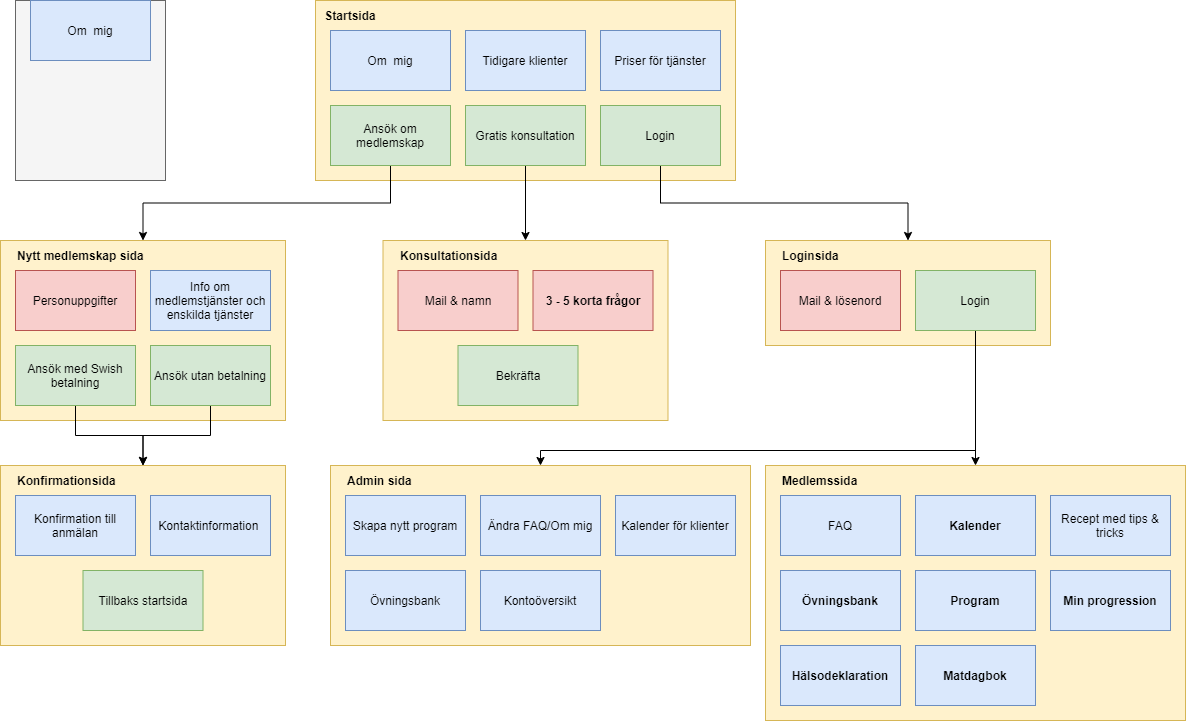
Earlier version of the draw.io export Systemanatomi.png (jesperjen98/PT---Webbapplikation). Source tidied: cells renumbered, new cells last; positions are measured from the earlier drawing's top-left corner, leaving out a move shared by most shapes.
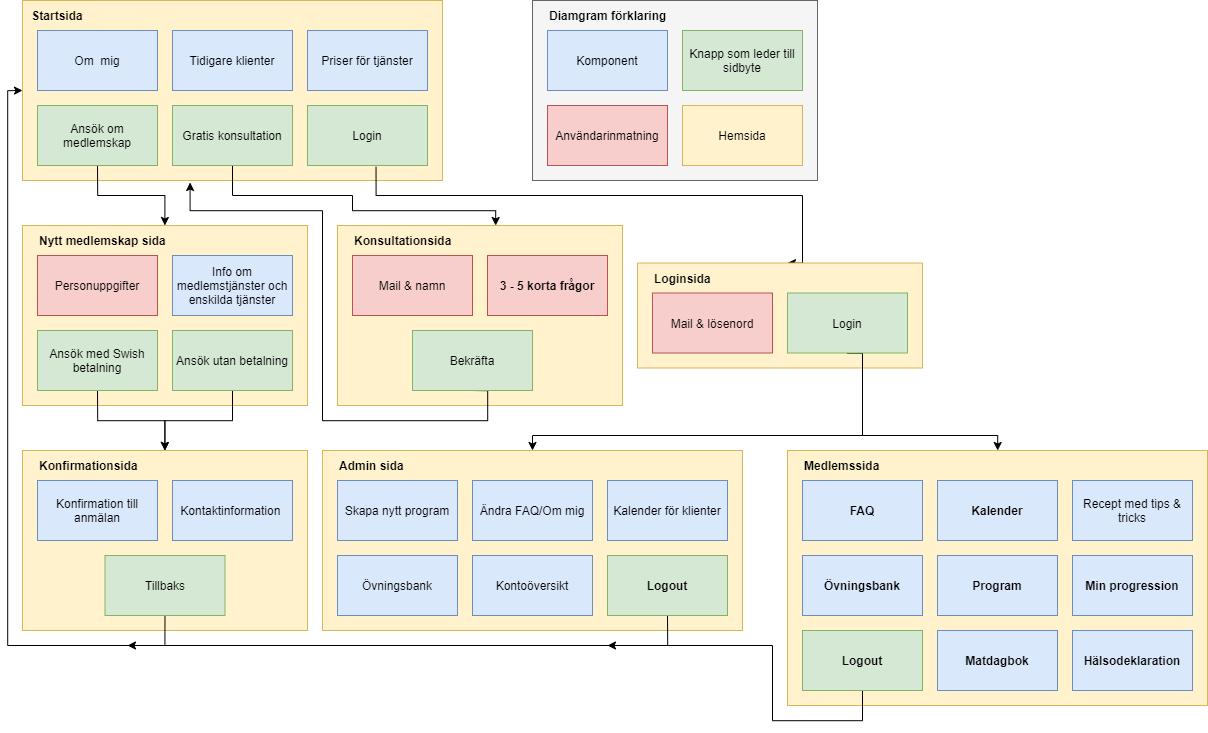
Later version of the same file.

What changed in the source:
```diff
@@ -6,34 +6,46 @@
       <mxGeometry y="240" width="285" height="180" as="geometry" />
     </mxCell>
     <mxCell id="3" style="rounded=0;whiteSpace=wrap;html=1;fillColor=#fff2cc;strokeColor=#d6b656;" parent="1" vertex="1">
-      <mxGeometry x="315" width="420" height="180" as="geometry" />
+      <mxGeometry y="15" width="420" height="180" as="geometry" />
     </mxCell>
     <mxCell id="4" value="Om&amp;nbsp; mig" style="rounded=0;whiteSpace=wrap;html=1;fillColor=#dae8fc;strokeColor=#6c8ebf;" parent="1" vertex="1">
-      <mxGeometry x="330" y="30" width="120" height="60" as="geometry" />
+      <mxGeometry x="15" y="45" width="120" height="60" as="geometry" />
     </mxCell>
     <mxCell id="5" value="Priser för tjänster" style="rounded=0;whiteSpace=wrap;html=1;fillColor=#dae8fc;strokeColor=#6c8ebf;" parent="1" vertex="1">
-      <mxGeometry x="600" y="30" width="120" height="60" as="geometry" />
+      <mxGeometry x="285" y="45" width="120" height="60" as="geometry" />
     </mxCell>
     <mxCell id="6" value="Tidigare klienter" style="rounded=0;whiteSpace=wrap;html=1;fillColor=#dae8fc;strokeColor=#6c8ebf;" parent="1" vertex="1">
-      <mxGeometry x="465" y="30" width="120" height="60" as="geometry" />
+      <mxGeometry x="150" y="45" width="120" height="60" as="geometry" />
     </mxCell>
     <mxCell id="7" style="edgeStyle=orthogonalEdgeStyle;rounded=0;jettySize=auto;html=1;exitX=0.5;exitY=1;exitDx=0;exitDy=0;" parent="1" edge="1" source="8" target="2">
       <mxGeometry relative="1" as="geometry" />
     </mxCell>
     <mxCell id="8" value="Ansök om medlemskap" style="rounded=0;whiteSpace=wrap;html=1;fillColor=#d5e8d4;strokeColor=#82b366;" parent="1" vertex="1">
-      <mxGeometry x="330" y="105" width="120" height="60" as="geometry" />
+      <mxGeometry x="15" y="120" width="120" height="60" as="geometry" />
     </mxCell>
     <mxCell id="9" style="edgeStyle=orthogonalEdgeStyle;rounded=0;jettySize=auto;html=1;exitX=0.5;exitY=1;exitDx=0;exitDy=0;" parent="1" edge="1" source="10" target="26">
-      <mxGeometry relative="1" as="geometry" />
+      <mxGeometry relative="1" as="geometry">
+        <Array as="points">
+          <mxPoint x="210" y="210" />
+          <mxPoint x="330" y="210" />
+          <mxPoint x="330" y="225" />
+          <mxPoint x="473" y="225" />
+        </Array>
+      </mxGeometry>
     </mxCell>
     <mxCell id="10" value="Gratis konsultation" style="rounded=0;whiteSpace=wrap;html=1;fillColor=#d5e8d4;strokeColor=#82b366;" parent="1" vertex="1">
-      <mxGeometry x="465" y="105" width="120" height="60" as="geometry" />
+      <mxGeometry x="150" y="120" width="120" height="60" as="geometry" />
     </mxCell>
-    <mxCell id="11" style="edgeStyle=orthogonalEdgeStyle;rounded=0;jettySize=auto;html=1;exitX=0.5;exitY=1;exitDx=0;exitDy=0;" parent="1" edge="1" source="12" target="31">
-      <mxGeometry relative="1" as="geometry" />
-    </mxCell>
+    <mxCell id="56" style="edgeStyle=orthogonalEdgeStyle;rounded=0;jettySize=auto;html=1;exitX=0.571;exitY=1.022;exitDx=0;exitDy=0;entryX=0.75;entryY=0;entryDx=0;entryDy=0;exitPerimeter=0;" parent="1" edge="1" source="12" target="36">
+      <mxGeometry relative="1" as="geometry">
+        <Array as="points">
+          <mxPoint x="354" y="210" />
+          <mxPoint x="780" y="210" />
+        </Array>
+      </mxGeometry>
+    </mxCell>
     <mxCell id="12" value="Login" style="rounded=0;whiteSpace=wrap;html=1;fillColor=#d5e8d4;strokeColor=#82b366;" parent="1" vertex="1">
-      <mxGeometry x="600" y="105" width="120" height="60" as="geometry" />
+      <mxGeometry x="285" y="120" width="120" height="60" as="geometry" />
     </mxCell>
     <mxCell id="13" value="Personuppgifter" style="rounded=0;whiteSpace=wrap;html=1;fillColor=#f8cecc;strokeColor=#b85450;" parent="1" vertex="1">
       <mxGeometry x="15" y="270" width="120" height="60" as="geometry" />
@@ -54,7 +66,7 @@
       <mxGeometry x="150" y="270" width="120" height="60" as="geometry" />
     </mxCell>
     <mxCell id="19" value="&lt;b&gt;Startsida&lt;/b&gt;" style="text;html=1;strokeColor=none;fillColor=none;align=center;verticalAlign=middle;whiteSpace=wrap;rounded=0;" parent="1" vertex="1">
-      <mxGeometry x="330" width="40" height="30" as="geometry" />
+      <mxGeometry x="15" y="15" width="40" height="30" as="geometry" />
     </mxCell>
     <mxCell id="20" value="&lt;b&gt;Nytt medlemskap sida&lt;/b&gt;" style="text;html=1;strokeColor=none;fillColor=none;align=left;verticalAlign=middle;whiteSpace=wrap;rounded=0;" parent="1" vertex="1">
       <mxGeometry x="15" y="240" width="180" height="30" as="geometry" />
@@ -62,7 +74,16 @@
     <mxCell id="21" style="rounded=0;whiteSpace=wrap;html=1;fillColor=#fff2cc;strokeColor=#d6b656;" parent="1" vertex="1">
       <mxGeometry y="465" width="285" height="180" as="geometry" />
     </mxCell>
+    <mxCell id="57" style="edgeStyle=orthogonalEdgeStyle;rounded=0;jettySize=auto;html=1;exitX=0.5;exitY=1;exitDx=0;exitDy=0;entryX=0;entryY=0.5;entryDx=0;entryDy=0;" parent="1" edge="1" source="22" target="3">
+      <mxGeometry relative="1" as="geometry">
+        <Array as="points">
+          <mxPoint x="143" y="660" />
+          <mxPoint x="-15" y="660" />
+          <mxPoint x="-15" y="105" />
+        </Array>
+      </mxGeometry>
+    </mxCell>
-    <mxCell id="22" value="Tillbaks startsida" style="rounded=0;whiteSpace=wrap;html=1;fillColor=#d5e8d4;strokeColor=#82b366;" parent="1" vertex="1">
+    <mxCell id="22" value="Tillbaks" style="rounded=0;whiteSpace=wrap;html=1;fillColor=#d5e8d4;strokeColor=#82b366;" parent="1" vertex="1">
       <mxGeometry x="82.5" y="570" width="120" height="60" as="geometry" />
     </mxCell>
     <mxCell id="23" value="Kontaktinformation&amp;nbsp;" style="rounded=0;whiteSpace=wrap;html=1;fillColor=#dae8fc;strokeColor=#6c8ebf;" parent="1" vertex="1">
@@ -75,99 +96,150 @@
       <mxGeometry x="15" y="495" width="120" height="60" as="geometry" />
     </mxCell>
     <mxCell id="26" style="rounded=0;whiteSpace=wrap;html=1;fillColor=#fff2cc;strokeColor=#d6b656;" parent="1" vertex="1">
-      <mxGeometry x="382.5" y="240" width="285" height="180" as="geometry" />
+      <mxGeometry x="315" y="240" width="285" height="180" as="geometry" />
     </mxCell>
     <mxCell id="27" value="Mail &amp;amp; namn" style="rounded=0;whiteSpace=wrap;html=1;fillColor=#f8cecc;strokeColor=#b85450;" parent="1" vertex="1">
-      <mxGeometry x="397.5" y="270" width="120" height="60" as="geometry" />
+      <mxGeometry x="330" y="270" width="120" height="60" as="geometry" />
     </mxCell>
+    <mxCell id="58" style="edgeStyle=orthogonalEdgeStyle;rounded=0;jettySize=auto;html=1;exitX=0.5;exitY=1;exitDx=0;exitDy=0;entryX=0.399;entryY=1.011;entryDx=0;entryDy=0;entryPerimeter=0;" parent="1" edge="1" source="28" target="3">
+      <mxGeometry relative="1" as="geometry">
+        <Array as="points">
+          <mxPoint x="465" y="435" />
+          <mxPoint x="300" y="435" />
+          <mxPoint x="300" y="225" />
+          <mxPoint x="168" y="225" />
+        </Array>
+      </mxGeometry>
+    </mxCell>
     <mxCell id="28" value="Bekräfta" style="rounded=0;whiteSpace=wrap;html=1;fillColor=#d5e8d4;strokeColor=#82b366;" parent="1" vertex="1">
-      <mxGeometry x="457.5" y="345" width="120" height="60" as="geometry" />
+      <mxGeometry x="390" y="345" width="120" height="60" as="geometry" />
     </mxCell>
     <mxCell id="29" value="&lt;b&gt;Konsultationsida&lt;/b&gt;" style="text;html=1;strokeColor=none;fillColor=none;align=left;verticalAlign=middle;whiteSpace=wrap;rounded=0;" parent="1" vertex="1">
-      <mxGeometry x="397.5" y="240" width="180" height="30" as="geometry" />
+      <mxGeometry x="330" y="240" width="180" height="30" as="geometry" />
     </mxCell>
     <mxCell id="30" value="&lt;b&gt;3 - 5 korta frågor&lt;/b&gt;" style="rounded=0;whiteSpace=wrap;html=1;fillColor=#f8cecc;strokeColor=#b85450;" parent="1" vertex="1">
-      <mxGeometry x="532.5" y="270" width="120" height="60" as="geometry" />
+      <mxGeometry x="465" y="270" width="120" height="60" as="geometry" />
     </mxCell>
     <mxCell id="31" style="rounded=0;whiteSpace=wrap;html=1;fillColor=#fff2cc;strokeColor=#d6b656;" parent="1" vertex="1">
-      <mxGeometry x="765" y="240" width="285" height="105" as="geometry" />
+      <mxGeometry x="615" y="277.5" width="285" height="105" as="geometry" />
     </mxCell>
     <mxCell id="32" value="Mail &amp;amp; lösenord" style="rounded=0;whiteSpace=wrap;html=1;fillColor=#f8cecc;strokeColor=#b85450;" parent="1" vertex="1">
-      <mxGeometry x="780" y="270" width="120" height="60" as="geometry" />
+      <mxGeometry x="630" y="307.5" width="120" height="60" as="geometry" />
     </mxCell>
     <mxCell id="33" style="edgeStyle=orthogonalEdgeStyle;rounded=0;jettySize=auto;html=1;exitX=0.5;exitY=1;exitDx=0;exitDy=0;" parent="1" edge="1" source="35" target="37">
       <mxGeometry relative="1" as="geometry">
         <Array as="points">
-          <mxPoint x="975" y="450" />
-          <mxPoint x="540" y="450" />
+          <mxPoint x="840" y="450" />
+          <mxPoint x="510" y="450" />
         </Array>
       </mxGeometry>
     </mxCell>
     <mxCell id="34" style="edgeStyle=orthogonalEdgeStyle;rounded=0;jettySize=auto;html=1;exitX=0.5;exitY=1;exitDx=0;exitDy=0;" parent="1" edge="1" source="35" target="44">
-      <mxGeometry relative="1" as="geometry" />
+      <mxGeometry relative="1" as="geometry">
+        <Array as="points">
+          <mxPoint x="840" y="450" />
+          <mxPoint x="975" y="450" />
+        </Array>
+      </mxGeometry>
     </mxCell>
     <mxCell id="35" value="Login" style="rounded=0;whiteSpace=wrap;html=1;fillColor=#d5e8d4;strokeColor=#82b366;" parent="1" vertex="1">
-      <mxGeometry x="915" y="270" width="120" height="60" as="geometry" />
+      <mxGeometry x="765" y="307.5" width="120" height="60" as="geometry" />
     </mxCell>
     <mxCell id="36" value="&lt;b&gt;Loginsida&lt;br&gt;&lt;/b&gt;" style="text;html=1;strokeColor=none;fillColor=none;align=left;verticalAlign=middle;whiteSpace=wrap;rounded=0;" parent="1" vertex="1">
-      <mxGeometry x="780" y="240" width="180" height="30" as="geometry" />
+      <mxGeometry x="630" y="277.5" width="180" height="30" as="geometry" />
     </mxCell>
     <mxCell id="37" style="rounded=0;whiteSpace=wrap;html=1;fillColor=#fff2cc;strokeColor=#d6b656;" parent="1" vertex="1">
-      <mxGeometry x="330" y="465" width="420" height="180" as="geometry" />
+      <mxGeometry x="300" y="465" width="420" height="180" as="geometry" />
     </mxCell>
     <mxCell id="38" value="Kontoöversikt" style="rounded=0;whiteSpace=wrap;html=1;fillColor=#dae8fc;strokeColor=#6c8ebf;" parent="1" vertex="1">
-      <mxGeometry x="480" y="570" width="120" height="60" as="geometry" />
+      <mxGeometry x="450" y="570" width="120" height="60" as="geometry" />
     </mxCell>
     <mxCell id="39" value="&lt;b&gt;Admin sida&lt;br&gt;&lt;/b&gt;" style="text;html=1;strokeColor=none;fillColor=none;align=left;verticalAlign=middle;whiteSpace=wrap;rounded=0;" parent="1" vertex="1">
-      <mxGeometry x="345" y="465" width="180" height="30" as="geometry" />
+      <mxGeometry x="315" y="465" width="180" height="30" as="geometry" />
     </mxCell>
     <mxCell id="40" value="Ändra FAQ/Om mig" style="rounded=0;whiteSpace=wrap;html=1;fillColor=#dae8fc;strokeColor=#6c8ebf;" parent="1" vertex="1">
-      <mxGeometry x="480" y="495" width="120" height="60" as="geometry" />
+      <mxGeometry x="450" y="495" width="120" height="60" as="geometry" />
     </mxCell>
     <mxCell id="41" value="Skapa nytt program" style="rounded=0;whiteSpace=wrap;html=1;fillColor=#dae8fc;strokeColor=#6c8ebf;" parent="1" vertex="1">
-      <mxGeometry x="345" y="495" width="120" height="60" as="geometry" />
+      <mxGeometry x="315" y="495" width="120" height="60" as="geometry" />
     </mxCell>
     <mxCell id="42" value="Övningsbank" style="rounded=0;whiteSpace=wrap;html=1;fillColor=#dae8fc;strokeColor=#6c8ebf;" parent="1" vertex="1">
-      <mxGeometry x="345" y="570" width="120" height="60" as="geometry" />
+      <mxGeometry x="315" y="570" width="120" height="60" as="geometry" />
     </mxCell>
     <mxCell id="43" value="Kalender för klienter" style="rounded=0;whiteSpace=wrap;html=1;fillColor=#dae8fc;strokeColor=#6c8ebf;" parent="1" vertex="1">
-      <mxGeometry x="615" y="495" width="120" height="60" as="geometry" />
+      <mxGeometry x="585" y="495" width="120" height="60" as="geometry" />
     </mxCell>
     <mxCell id="44" style="rounded=0;whiteSpace=wrap;html=1;fillColor=#fff2cc;strokeColor=#d6b656;" parent="1" vertex="1">
       <mxGeometry x="765" y="465" width="420" height="255" as="geometry" />
     </mxCell>
-    <mxCell id="45" value="&lt;b&gt;Program&lt;/b&gt;" style="rounded=0;whiteSpace=wrap;html=1;fillColor=#dae8fc;strokeColor=#6c8ebf;" parent="1" vertex="1">
-      <mxGeometry x="915" y="570" width="120" height="60" as="geometry" />
-    </mxCell>
     <mxCell id="46" value="&lt;b&gt;Medlemssida&lt;br&gt;&lt;/b&gt;" style="text;html=1;strokeColor=none;fillColor=none;align=left;verticalAlign=middle;whiteSpace=wrap;rounded=0;" parent="1" vertex="1">
       <mxGeometry x="780" y="465" width="180" height="30" as="geometry" />
     </mxCell>
-    <mxCell id="47" value="&lt;b&gt;Kalender&lt;/b&gt;" style="rounded=0;whiteSpace=wrap;html=1;fillColor=#dae8fc;strokeColor=#6c8ebf;" parent="1" vertex="1">
-      <mxGeometry x="915" y="495" width="120" height="60" as="geometry" />
+    <mxCell id="47" value="&lt;b&gt;FAQ&lt;/b&gt;" style="rounded=0;whiteSpace=wrap;html=1;fillColor=#dae8fc;strokeColor=#6c8ebf;" parent="1" vertex="1">
+      <mxGeometry x="780" y="495" width="120" height="60" as="geometry" />
     </mxCell>
-    <mxCell id="48" value="FAQ" style="rounded=0;whiteSpace=wrap;html=1;fillColor=#dae8fc;strokeColor=#6c8ebf;" parent="1" vertex="1">
-      <mxGeometry x="780" y="495" width="120" height="60" as="geometry" />
-    </mxCell>
     <mxCell id="49" value="&lt;b&gt;Övningsbank&lt;/b&gt;" style="rounded=0;whiteSpace=wrap;html=1;fillColor=#dae8fc;strokeColor=#6c8ebf;" parent="1" vertex="1">
       <mxGeometry x="780" y="570" width="120" height="60" as="geometry" />
     </mxCell>
-    <mxCell id="50" value="&lt;b&gt;Min progression&lt;/b&gt;" style="rounded=0;whiteSpace=wrap;html=1;fillColor=#dae8fc;strokeColor=#6c8ebf;" parent="1" vertex="1">
-      <mxGeometry x="1050" y="570" width="120" height="60" as="geometry" />
+    <mxCell id="50" value="Recept med tips &amp;amp; tricks" style="rounded=0;whiteSpace=wrap;html=1;fillColor=#dae8fc;strokeColor=#6c8ebf;" parent="1" vertex="1">
+      <mxGeometry x="1050" y="495" width="120" height="60" as="geometry" />
     </mxCell>
     <mxCell id="51" style="rounded=0;whiteSpace=wrap;html=1;fillColor=#f5f5f5;strokeColor=#666666;fontColor=#333333;" parent="1" vertex="1">
-      <mxGeometry x="15" width="150" height="180" as="geometry" />
+      <mxGeometry x="510" y="15" width="285" height="180" as="geometry" />
     </mxCell>
-    <mxCell id="52" value="Om&amp;nbsp; mig" style="rounded=0;whiteSpace=wrap;html=1;fillColor=#dae8fc;strokeColor=#6c8ebf;" parent="1" vertex="1">
-      <mxGeometry x="30" width="120" height="60" as="geometry" />
+    <mxCell id="52" value="Komponent" style="rounded=0;whiteSpace=wrap;html=1;fillColor=#dae8fc;strokeColor=#6c8ebf;" parent="1" vertex="1">
+      <mxGeometry x="525" y="45" width="120" height="60" as="geometry" />
     </mxCell>
-    <mxCell id="53" value="Recept med tips &amp;amp; tricks" style="rounded=0;whiteSpace=wrap;html=1;fillColor=#dae8fc;strokeColor=#6c8ebf;" parent="1" vertex="1">
-      <mxGeometry x="1050" y="495" width="120" height="60" as="geometry" />
-    </mxCell>
+    <mxCell id="59" value="Knapp som leder till sidbyte" style="rounded=0;whiteSpace=wrap;html=1;fillColor=#d5e8d4;strokeColor=#82b366;" parent="1" vertex="1">
+      <mxGeometry x="660" y="45" width="120" height="60" as="geometry" />
+    </mxCell>
+    <mxCell id="60" value="Användarinmatning" style="rounded=0;whiteSpace=wrap;html=1;fillColor=#f8cecc;strokeColor=#b85450;" parent="1" vertex="1">
+      <mxGeometry x="525" y="120" width="120" height="60" as="geometry" />
+    </mxCell>
+    <mxCell id="61" value="Hemsida" style="rounded=0;whiteSpace=wrap;html=1;fillColor=#fff2cc;strokeColor=#d6b656;" parent="1" vertex="1">
+      <mxGeometry x="660" y="120" width="120" height="60" as="geometry" />
+    </mxCell>
+    <mxCell id="62" value="&lt;b&gt;Diamgram förklaring&lt;/b&gt;" style="text;html=1;strokeColor=none;fillColor=none;align=left;verticalAlign=middle;whiteSpace=wrap;rounded=0;" parent="1" vertex="1">
+      <mxGeometry x="525" y="15" width="180" height="30" as="geometry" />
+    </mxCell>
+    <mxCell id="45" value="&lt;b&gt;Program&lt;/b&gt;" style="rounded=0;whiteSpace=wrap;html=1;fillColor=#dae8fc;strokeColor=#6c8ebf;" parent="1" vertex="1">
+      <mxGeometry x="915" y="570" width="120" height="60" as="geometry" />
+    </mxCell>
+    <mxCell id="63" value="&lt;b&gt;Min progression&lt;/b&gt;" style="rounded=0;whiteSpace=wrap;html=1;fillColor=#dae8fc;strokeColor=#6c8ebf;" parent="1" vertex="1">
+      <mxGeometry x="1050" y="570" width="120" height="60" as="geometry" />
+    </mxCell>
     <mxCell id="54" value="&lt;b&gt;Hälsodeklaration&lt;/b&gt;" style="rounded=0;whiteSpace=wrap;html=1;fillColor=#dae8fc;strokeColor=#6c8ebf;" parent="1" vertex="1">
-      <mxGeometry x="780" y="645" width="120" height="60" as="geometry" />
+      <mxGeometry x="1050" y="645" width="120" height="60" as="geometry" />
     </mxCell>
     <mxCell id="55" value="&lt;b&gt;Matdagbok&lt;/b&gt;" style="rounded=0;whiteSpace=wrap;html=1;fillColor=#dae8fc;strokeColor=#6c8ebf;" parent="1" vertex="1">
       <mxGeometry x="915" y="645" width="120" height="60" as="geometry" />
     </mxCell>
+    <mxCell id="64" value="&lt;b&gt;Kalender&lt;/b&gt;" style="rounded=0;whiteSpace=wrap;html=1;fillColor=#dae8fc;strokeColor=#6c8ebf;" parent="1" vertex="1">
+      <mxGeometry x="915" y="495" width="120" height="60" as="geometry" />
+    </mxCell>
+    <mxCell id="65" style="edgeStyle=orthogonalEdgeStyle;rounded=0;jettySize=auto;html=1;exitX=0.5;exitY=1;exitDx=0;exitDy=0;" parent="1" edge="1" source="66">
+      <mxGeometry relative="1" as="geometry">
+        <mxPoint x="105" y="660" as="targetPoint" />
+        <Array as="points">
+          <mxPoint x="645" y="660" />
+        </Array>
+      </mxGeometry>
+    </mxCell>
+    <mxCell id="66" value="&lt;b&gt;Logout&lt;/b&gt;" style="rounded=0;whiteSpace=wrap;html=1;fillColor=#d5e8d4;strokeColor=#82b366;" parent="1" vertex="1">
+      <mxGeometry x="585" y="570" width="120" height="60" as="geometry" />
+    </mxCell>
+    <mxCell id="67" style="edgeStyle=orthogonalEdgeStyle;rounded=0;jettySize=auto;html=1;exitX=0.5;exitY=1;exitDx=0;exitDy=0;" parent="1" edge="1" source="68">
+      <mxGeometry relative="1" as="geometry">
+        <mxPoint x="585" y="660" as="targetPoint" />
+        <Array as="points">
+          <mxPoint x="840" y="735" />
+          <mxPoint x="750" y="735" />
+          <mxPoint x="750" y="660" />
+        </Array>
+      </mxGeometry>
+    </mxCell>
+    <mxCell id="68" value="&lt;b&gt;Logout&lt;/b&gt;" style="rounded=0;whiteSpace=wrap;html=1;fillColor=#d5e8d4;strokeColor=#82b366;" parent="1" vertex="1">
+      <mxGeometry x="780" y="645" width="120" height="60" as="geometry" />
+    </mxCell>
   </root>
 </mxGraphModel>
```
